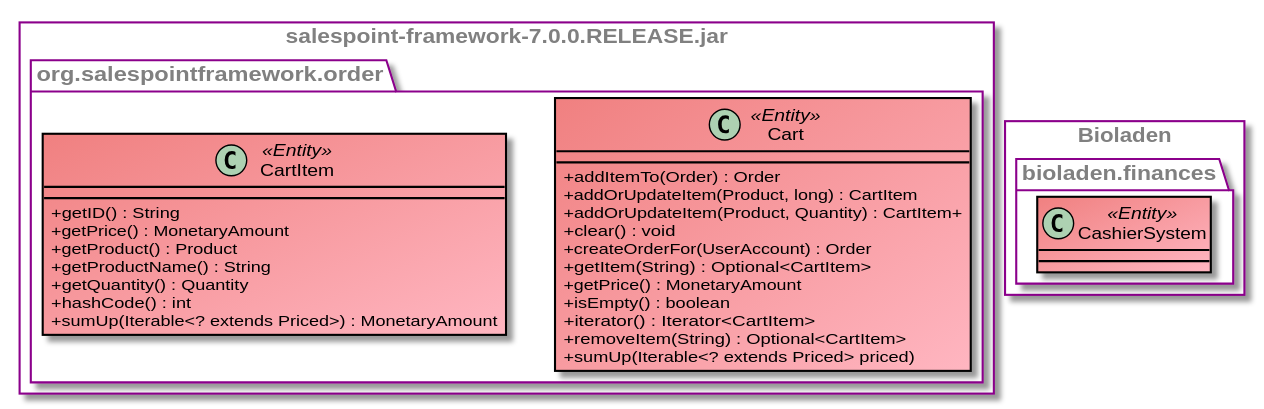
Earlier version of the PlantUML export src/main/asciidoc/models/design/DesignFinancesDepartment.svg (LimitlessGreen/swt18w43).
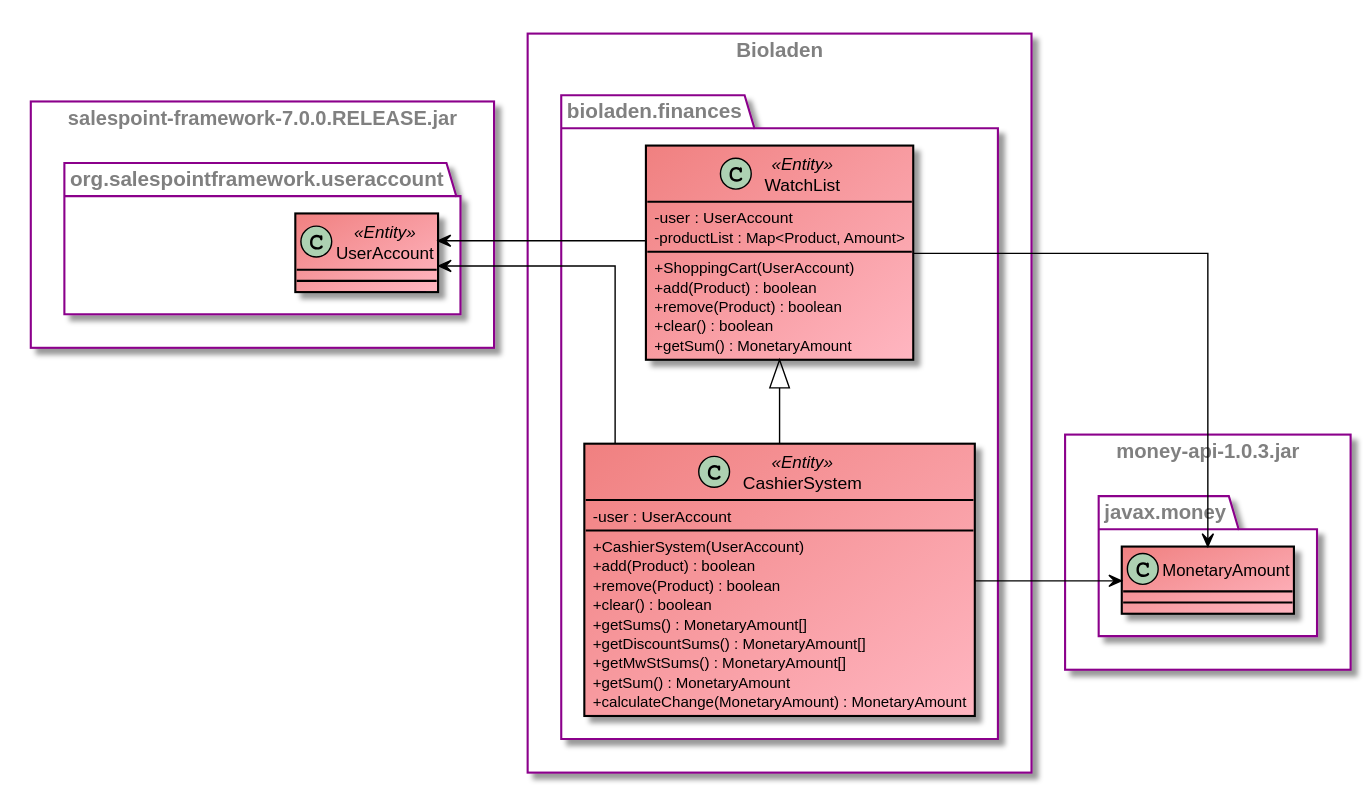
Above is the later version.

Commit message:
[Design] Order and Finances Department

What changed in the source:
```diff
@@ -15,43 +15,61 @@
 skinparam linetype ortho
 
 
-rectangle salespoint-framework-7.0.0.RELEASE.jar {
-    namespace org.salespointframework.order {
-        class Cart <<Entity>>{
-            +addItemTo(Order) : Order
-            +addOrUpdateItem(Product, long) : CartItem
-            +addOrUpdateItem(Product, Quantity) : CartItem+
-            +clear() : void
-            +createOrderFor(UserAccount) : Order
-            +getItem(String) : Optional<CartItem>
-            +getPrice() : MonetaryAmount
-            +isEmpty() : boolean
-            +iterator() : Iterator<CartItem>
-            +removeItem(String) : Optional<CartItem>
-            +sumUp(Iterable<? extends Priced> priced)
-        }
-
-        class CartItem <<Entity>>{
-            +getID() : String
-            +getPrice() : MonetaryAmount
-            +getProduct() : Product
-            +getProductName() : String
-            +getQuantity() : Quantity
-            +hashCode() : int
-            +sumUp(Iterable<? extends Priced>) : MonetaryAmount
-        }
-
-    }
-}
-
-
 rectangle Bioladen {
     namespace bioladen.finances {
 
-        class CashierSystem <<Entity>> {
+        class CashierSystem <<Entity>> extends WatchList {
+            -user : UserAccount
+            +CashierSystem(UserAccount)
+            +add(Product) : boolean
+            +remove(Product) : boolean
+            +clear() : boolean
+            +getSums() : MonetaryAmount[]
+            +getDiscountSums() : MonetaryAmount[]
+            +getMwStSums() : MonetaryAmount[]
+            +getSum() : MonetaryAmount
+            +calculateChange(MonetaryAmount) : MonetaryAmount
+
+
+        }
+        class WatchList <<Entity>> {
+            -user : UserAccount
+            -productList : Map<Product, Amount>
+            +ShoppingCart(UserAccount)
+            +add(Product) : boolean
+            +remove(Product) : boolean
+            +clear() : boolean
+            +getSum() : MonetaryAmount
+
 
         }
 
+
+    }
+
+}
+
+rectangle money-api-1.0.3.jar {
+    namespace javax.money {
+        class MonetaryAmount{
+
+        }
+        bioladen.finances.CashierSystem -right-> MonetaryAmount
+        bioladen.finances.WatchList -right-> MonetaryAmount
+    }
+
+}
+
+rectangle salespoint-framework-7.0.0.RELEASE.jar {
+
+    namespace org.salespointframework.useraccount {
+
+        class UserAccount <<Entity>>{
+
+        }
+
+        bioladen.finances.WatchList -left-> UserAccount
+        bioladen.finances.CashierSystem -left-> UserAccount
     }
 
 }
```
